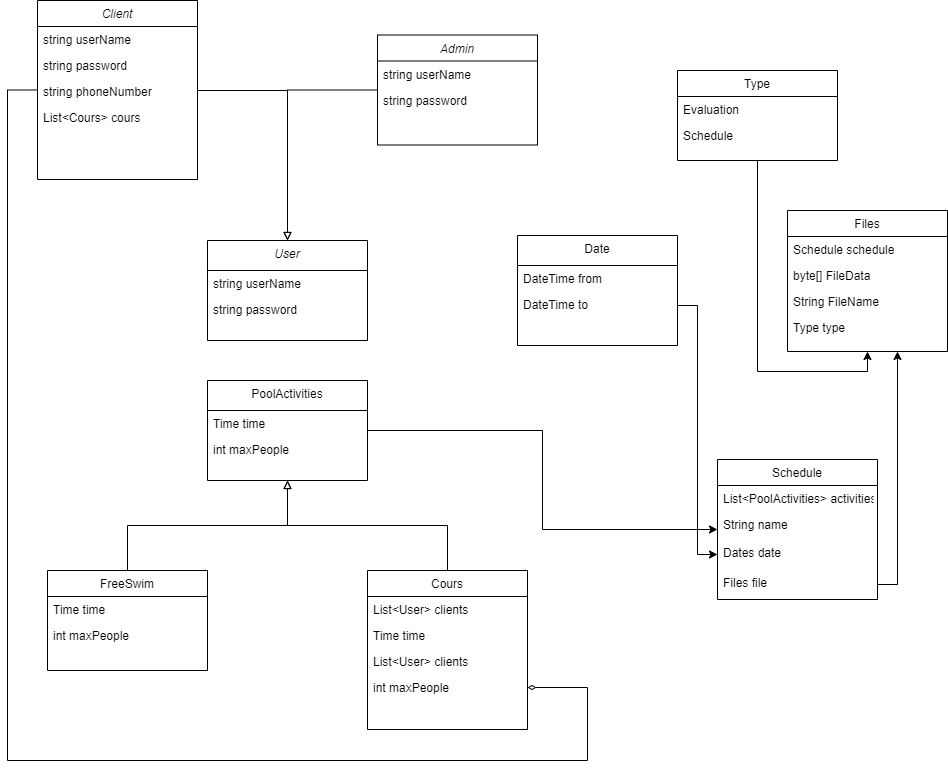
The draw.io diagram UML.drawio.png in CaptainMehdi/ProjetFinal, before a commit. Source tidied: cells renumbered, new cells last; positions are measured from the earlier drawing's top-left corner, leaving out a move shared by most shapes.
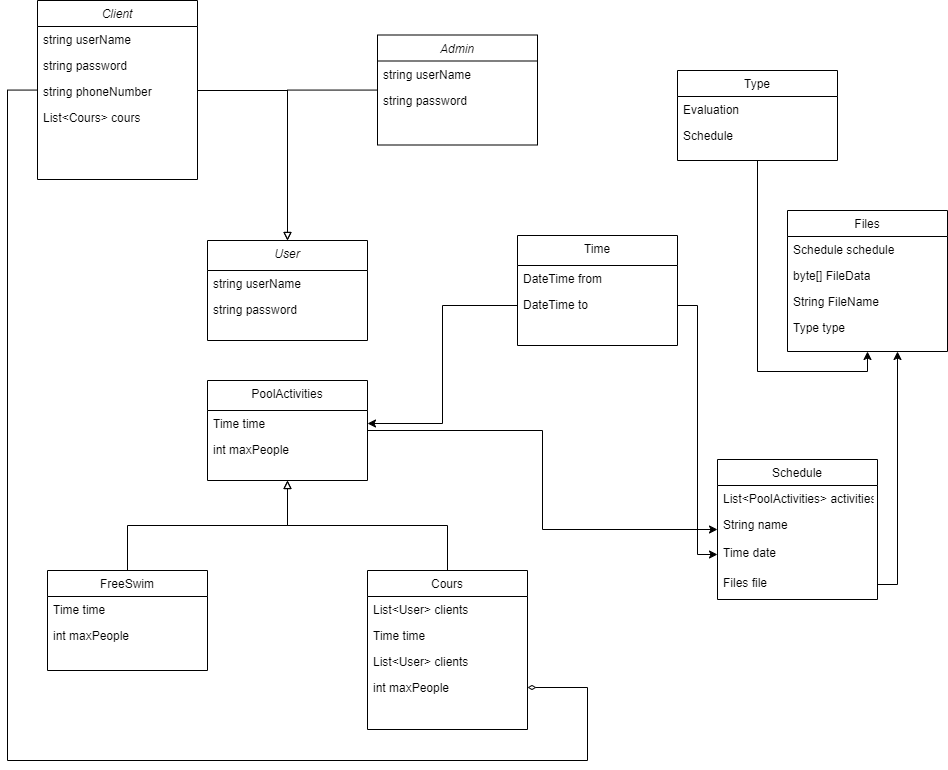
The same diagram one commit later.

Commit message:
Mettre à jour UML.drawio.png

Diff of the diagram source:
```diff
@@ -62,7 +62,7 @@
     <mxCell id="21" value="String name" style="text;align=left;verticalAlign=top;spacingLeft=4;spacingRight=4;overflow=hidden;rounded=0;shadow=0;html=0;" parent="19" vertex="1">
       <mxGeometry y="52" width="160" height="28" as="geometry" />
     </mxCell>
-    <mxCell id="22" value="Dates date" style="text;align=left;verticalAlign=top;spacingLeft=4;spacingRight=4;overflow=hidden;points=[[0,0.5],[1,0.5]];portConstraint=eastwest;rounded=0;shadow=0;html=0;" parent="19" vertex="1">
+    <mxCell id="22" value="Time date" style="text;align=left;verticalAlign=top;spacingLeft=4;spacingRight=4;overflow=hidden;points=[[0,0.5],[1,0.5]];portConstraint=eastwest;rounded=0;shadow=0;html=0;" parent="19" vertex="1">
       <mxGeometry y="80" width="160" height="30" as="geometry" />
     </mxCell>
     <mxCell id="23" value="Files file" style="text;align=left;verticalAlign=top;spacingLeft=4;spacingRight=4;overflow=hidden;points=[[0,0.5],[1,0.5]];portConstraint=eastwest;rounded=0;shadow=0;html=0;" parent="19" vertex="1">
@@ -120,7 +120,7 @@
     <mxCell id="38" value="Type type" style="text;align=left;verticalAlign=top;spacingLeft=4;spacingRight=4;overflow=hidden;rounded=0;shadow=0;html=0;" parent="34" vertex="1">
       <mxGeometry y="104" width="160" height="26" as="geometry" />
     </mxCell>
-    <mxCell id="39" value="Date" style="swimlane;fontStyle=0;align=center;verticalAlign=top;horizontal=1;startSize=30;rounded=0;shadow=0;strokeWidth=1;" parent="1" vertex="1">
+    <mxCell id="39" value="Time" style="swimlane;fontStyle=0;align=center;verticalAlign=top;horizontal=1;startSize=30;rounded=0;shadow=0;strokeWidth=1;" parent="1" vertex="1">
       <mxGeometry x="510" y="235" width="160" height="110" as="geometry" />
     </mxCell>
     <mxCell id="40" value="DateTime from" style="text;align=left;verticalAlign=top;spacingLeft=4;spacingRight=4;overflow=hidden;rounded=0;shadow=0;html=0;" parent="39" vertex="1">
@@ -158,5 +158,8 @@
         </Array>
       </mxGeometry>
     </mxCell>
+    <mxCell id="49" style="edgeStyle=orthogonalEdgeStyle;rounded=0;jettySize=auto;html=1;" parent="1" edge="1" source="41" target="17">
+      <mxGeometry relative="1" as="geometry" />
+    </mxCell>
   </root>
 </mxGraphModel>
```
